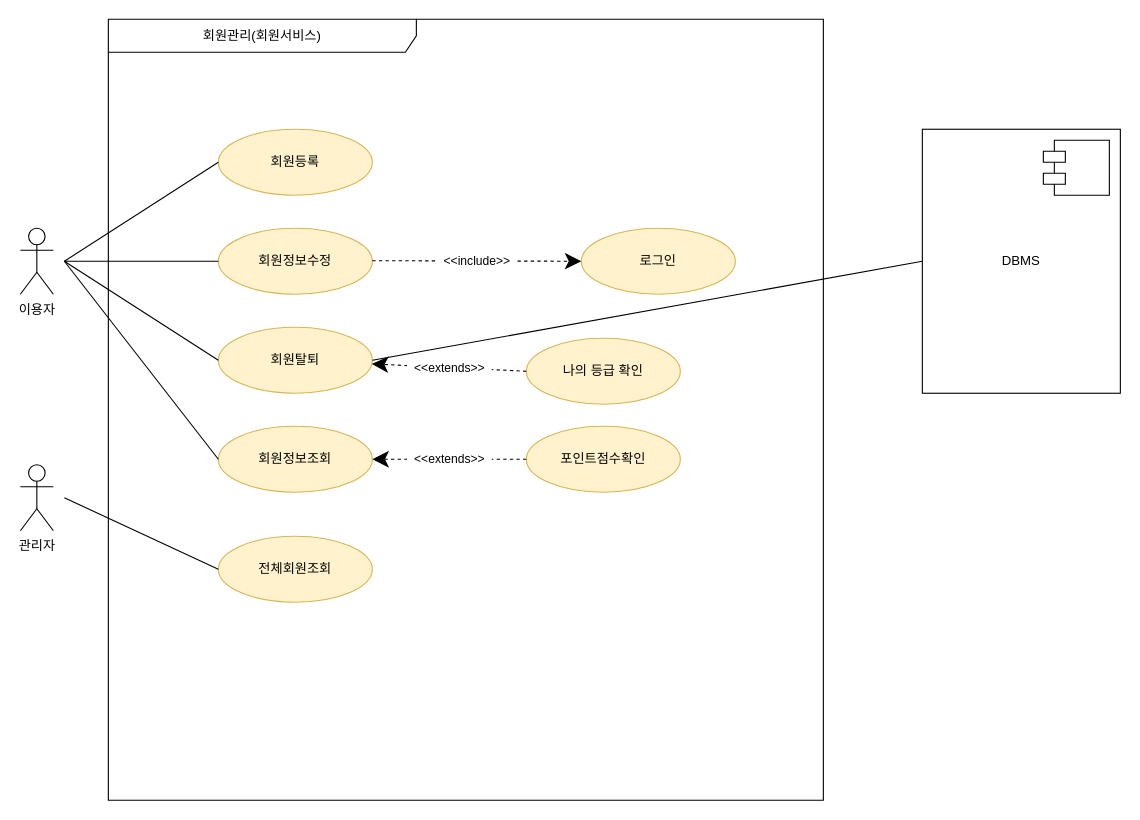
The draw.io diagram 제목 없는 다이어그램.drawio in DojinP/multi_it_test2, before the edit. Source tidied: cells renumbered, new cells numbered last; positions are measured from the earlier drawing's top-left corner, leaving out a move shared by most shapes. Both pictures are drawn from the tidied source at 110%, with x=0, y=0 at pixel (20, 19).
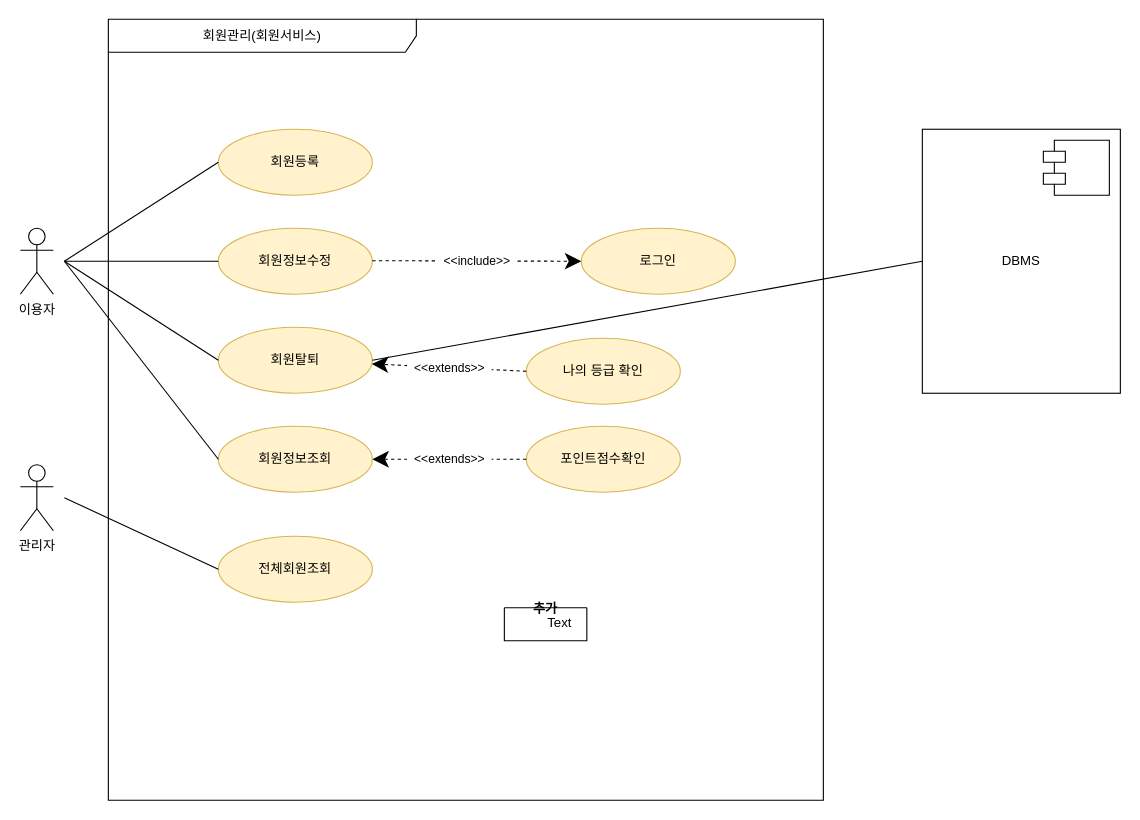
The same page after the edit.

Commit message:
제목 없는 다이어그램.drawio 업데이트

Change to the diagram source:
```diff
@@
+    <mxCell id="24" value="추가" style="swimlane;startSize=0;" parent="1" vertex="1">
+      <mxGeometry x="440" y="535" width="75" height="30" as="geometry" />
+    </mxCell>
+    <mxCell id="25" value="Text" style="text;html=1;align=center;verticalAlign=middle;strokeColor=none;fillColor=none;" parent="24" vertex="1">
+      <mxGeometry x="25" y="-1" width="50" height="30" as="geometry" />
+    </mxCell>
```
